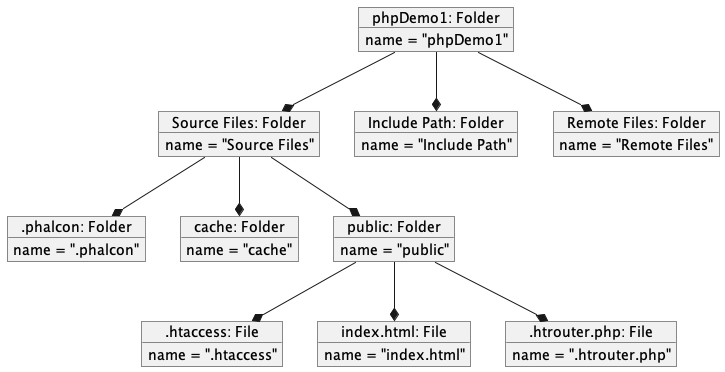
Earlier version of the PlantUML export HW3/out/HW3/Object Diagrams/FileSystemObjectUML/FileSystemObject.png (adenletchworth/Software-Engineering-Submissions).
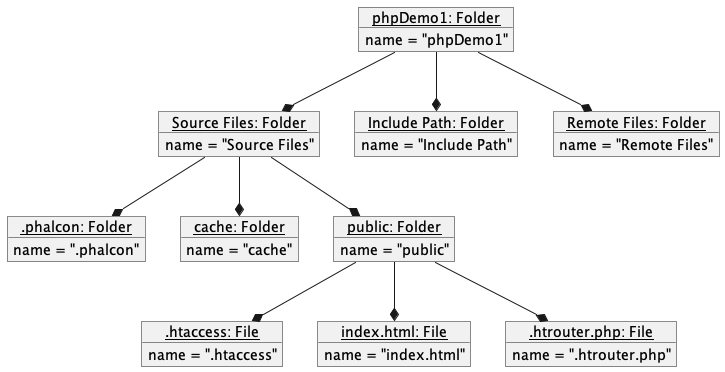
After the change.

Commit message:
fix: Add underline for object diagram names

What changed in the source:
```diff
@@ -1,41 +1,41 @@
 @startuml FileSystemObject
 
-object "phpDemo1: Folder" as phpDemo1 {
+object "<u>phpDemo1: Folder</u>" as phpDemo1 {
     name = "phpDemo1"
 }
 
-object "Source Files: Folder" as sourceFiles {
+object "<u>Source Files: Folder</u>" as sourceFiles {
     name = "Source Files"
 }
 
-object "Include Path: Folder" as includePath {
+object "<u>Include Path: Folder</u>" as includePath {
     name = "Include Path"
 }
-    object ".phalcon: Folder" as phalcon {
+    object "<u>.phalcon: Folder</u>" as phalcon {
         name = ".phalcon"
     }
 
-    object "cache: Folder" as cache {
+    object "<u>cache: Folder</u>" as cache {
         name = "cache"
     }
 
-    object "public: Folder" as public {
+    object "<u>public: Folder</u>" as public {
         name = "public"
     }
 
-        object ".htaccess: File" as htaccess {
+        object "<u>.htaccess: File</u>" as htaccess {
             name = ".htaccess"
         }
 
-        object "index.html: File" as indexHtml {
+        object "<u>index.html: File</u>" as indexHtml {
             name = "index.html"
         }
 
-        object ".htrouter.php: File" as htrouterPhp {
+        object "<u>.htrouter.php: File</u>" as htrouterPhp {
             name = ".htrouter.php"
         }
 
-    object "Remote Files: Folder" as remoteFiles {
+    object "<u>Remote Files: Folder</u>" as remoteFiles {
         name = "Remote Files"
     }
 
```
